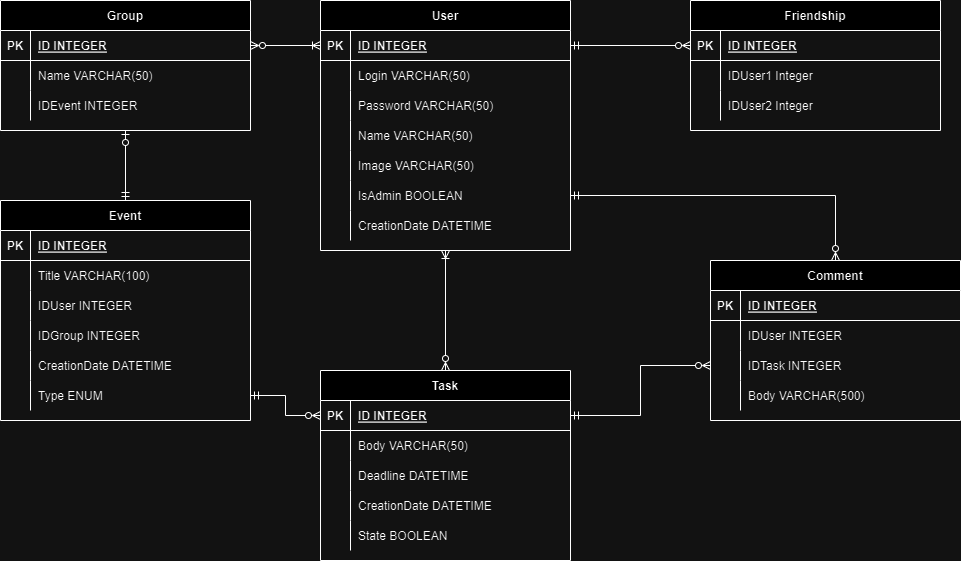
The draw.io diagram Docs/Diagram_Taiib_Projekt.png in Wiktor-Kobryn/ProjektTaiib_KobrynKolodziejczykWozniak, before a commit. Source tidied: cells renumbered, new cells last; positions are measured from the earlier drawing's top-left corner, leaving out a move shared by most shapes.
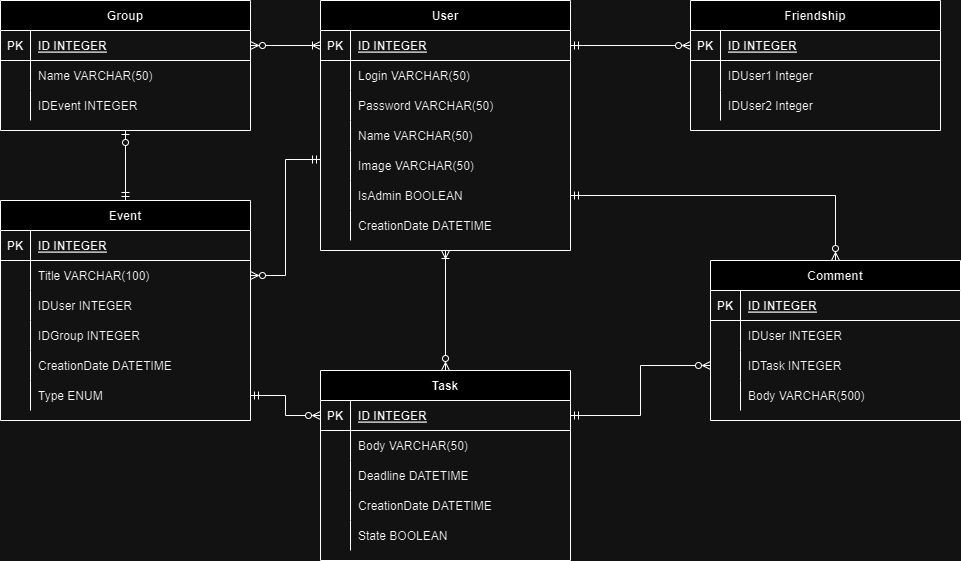
After the commit.

Commit message:
Dodanie brakującej relacji

Change to the diagram source:
```diff
@@ -293,5 +293,8 @@
     <mxCell id="98" style="edgeStyle=orthogonalEdgeStyle;rounded=0;jettySize=auto;html=1;entryX=1;entryY=0.5;entryDx=0;entryDy=0;startArrow=ERzeroToMany;startFill=0;endArrow=ERmandOne;endFill=0;" parent="1" edge="1" source="20" target="79">
       <mxGeometry relative="1" as="geometry" />
     </mxCell>
+    <mxCell id="99" style="edgeStyle=orthogonalEdgeStyle;rounded=0;jettySize=auto;html=1;entryX=0;entryY=1.3;entryDx=0;entryDy=0;entryPerimeter=0;startArrow=ERzeroToMany;startFill=0;endArrow=ERmandOne;endFill=0;" parent="1" edge="1" source="63" target="37">
+      <mxGeometry relative="1" as="geometry" />
+    </mxCell>
   </root>
 </mxGraphModel>
```
